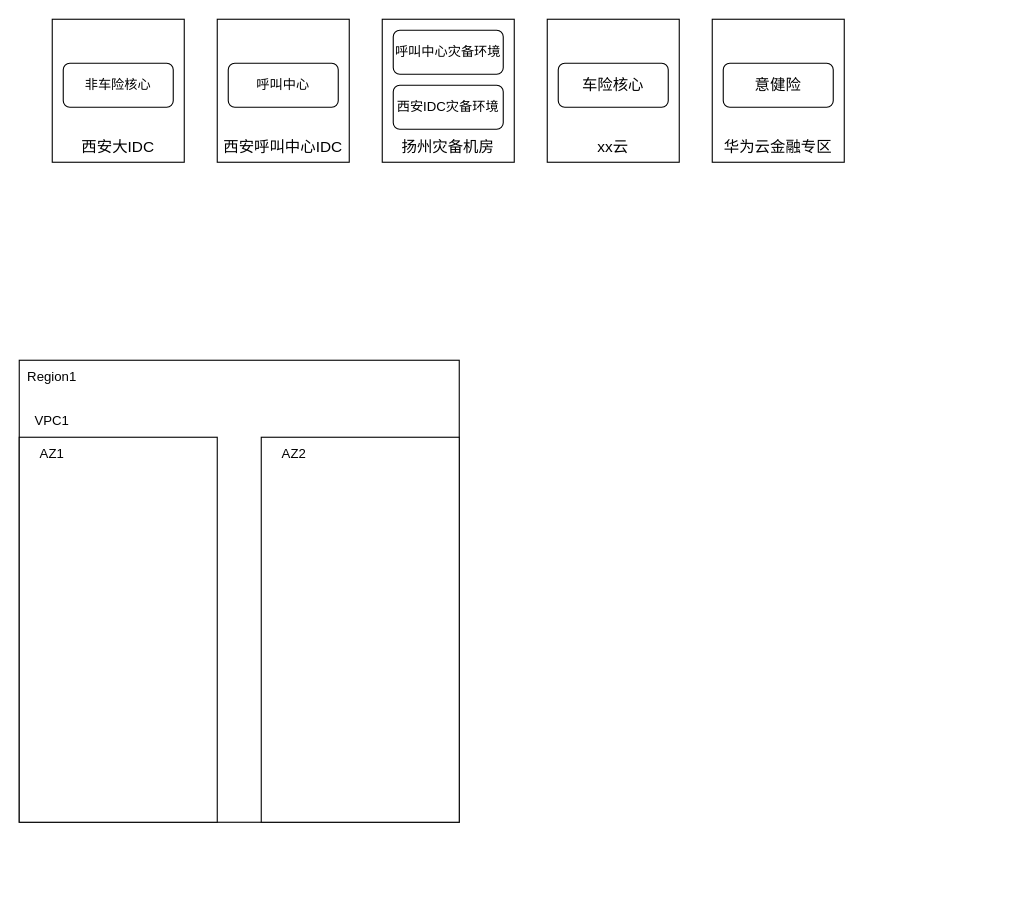
Before: 华为云上云架构设计研讨.drawio in wucaitian/wucaitian, a draw.io diagram. Source tidied: cells renumbered, new cells numbered last; positions are measured from the earlier drawing's top-left corner, leaving out a move shared by most shapes. Both pictures are drawn from the tidied source at 110%, with x=0, y=0 at pixel (19, 19).
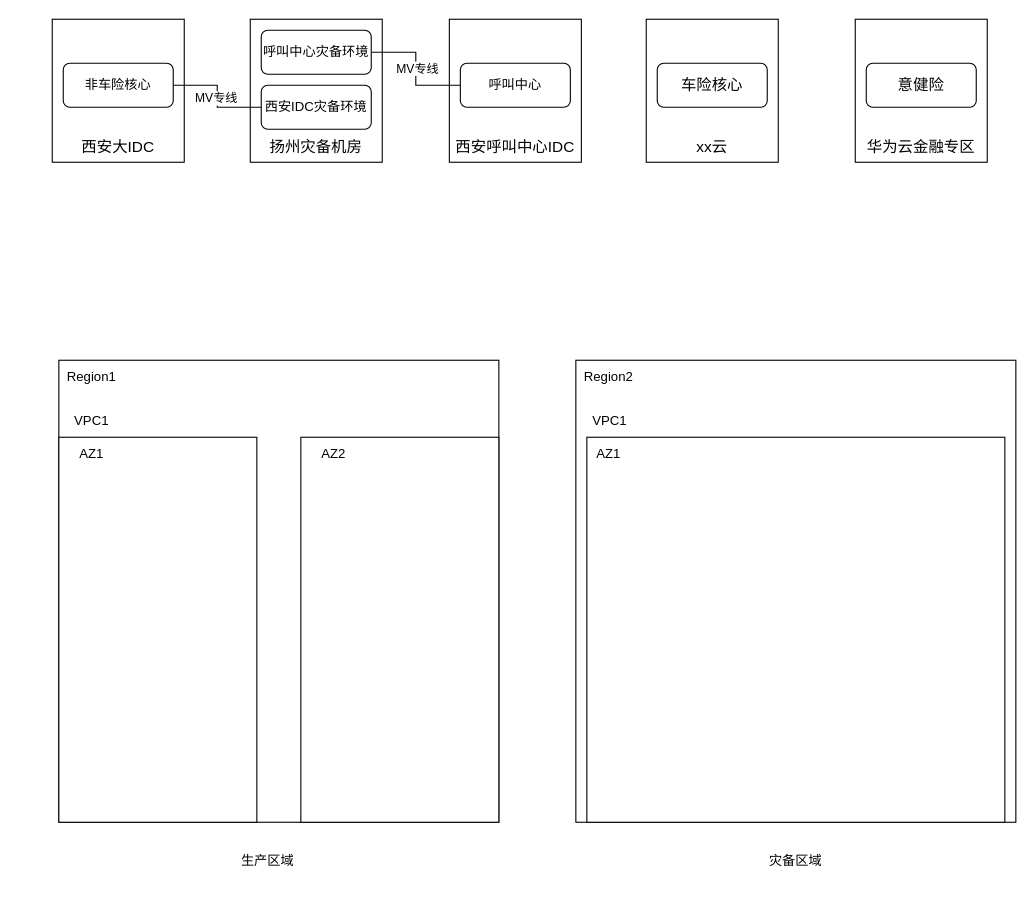
Above is the later version.

Commit message (it also covers changes not shown here):
更新华为云上云架构设计研讨.drawio

Unchanged cells that the change refers to:
```xml
<mxCell id="7" value="非车险核心" style="rounded=1;whiteSpace=wrap;html=1;" parent="1" vertex="1">
  <mxGeometry x="40" y="40" width="100" height="40" as="geometry" />
</mxCell>
```

Change to the diagram source:
```diff
@@
     <mxCell id="3" value="&lt;p style=&quot;margin: 0pt 0pt 0.0001pt; text-align: justify; font-family: Calibri; font-size: 10.5pt;&quot; class=&quot;MsoNormal&quot;&gt;&lt;br&gt;&lt;/p&gt;&lt;p style=&quot;margin: 0pt 0pt 0.0001pt; text-align: justify; font-family: Calibri; font-size: 10.5pt;&quot; class=&quot;MsoNormal&quot;&gt;&lt;br&gt;&lt;/p&gt;&lt;p style=&quot;margin: 0pt 0pt 0.0001pt; text-align: justify; font-family: Calibri; font-size: 10.5pt;&quot; class=&quot;MsoNormal&quot;&gt;&lt;br&gt;&lt;/p&gt;&lt;p style=&quot;margin: 0pt 0pt 0.0001pt; text-align: justify; font-family: Calibri; font-size: 10.5pt;&quot; class=&quot;MsoNormal&quot;&gt;&lt;br&gt;&lt;/p&gt;&lt;p style=&quot;margin: 0pt 0pt 0.0001pt; text-align: justify; font-family: Calibri; font-size: 10.5pt;&quot; class=&quot;MsoNormal&quot;&gt;&lt;br&gt;&lt;/p&gt;&lt;p style=&quot;margin: 0pt 0pt 0.0001pt; text-align: justify; font-family: Calibri; font-size: 10.5pt;&quot; class=&quot;MsoNormal&quot;&gt;&lt;br&gt;&lt;/p&gt;&lt;p style=&quot;margin: 0pt 0pt 0.0001pt; text-align: justify; font-family: Calibri; font-size: 10.5pt;&quot; class=&quot;MsoNormal&quot;&gt;&lt;font face=&quot;仿宋_GB2312&quot;&gt;扬州灾备机房&lt;/font&gt;&lt;/p&gt;" style="rounded=0;whiteSpace=wrap;html=1;" parent="1" vertex="1">
-      <mxGeometry x="330" width="120" height="130" as="geometry" />
+      <mxGeometry x="210" width="120" height="130" as="geometry" />
     </mxCell>
     <mxCell id="4" value="&lt;p style=&quot;margin: 0pt 0pt 0.0001pt; text-align: justify; font-family: Calibri; font-size: 10.5pt;&quot; class=&quot;MsoNormal&quot;&gt;&lt;br&gt;&lt;/p&gt;&lt;p style=&quot;margin: 0pt 0pt 0.0001pt; text-align: justify; font-family: Calibri; font-size: 10.5pt;&quot; class=&quot;MsoNormal&quot;&gt;&lt;font face=&quot;仿宋_GB2312&quot;&gt;&lt;br&gt;&lt;/font&gt;&lt;/p&gt;&lt;p style=&quot;margin: 0pt 0pt 0.0001pt; text-align: justify; font-family: Calibri; font-size: 10.5pt;&quot; class=&quot;MsoNormal&quot;&gt;&lt;font face=&quot;仿宋_GB2312&quot;&gt;&lt;br&gt;&lt;/font&gt;&lt;/p&gt;&lt;p style=&quot;margin: 0pt 0pt 0.0001pt; text-align: justify; font-family: Calibri; font-size: 10.5pt;&quot; class=&quot;MsoNormal&quot;&gt;&lt;font face=&quot;仿宋_GB2312&quot;&gt;&lt;br&gt;&lt;/font&gt;&lt;/p&gt;&lt;p style=&quot;margin: 0pt 0pt 0.0001pt; text-align: justify; font-family: Calibri; font-size: 10.5pt;&quot; class=&quot;MsoNormal&quot;&gt;&lt;font face=&quot;仿宋_GB2312&quot;&gt;&lt;br&gt;&lt;/font&gt;&lt;/p&gt;&lt;p style=&quot;margin: 0pt 0pt 0.0001pt; text-align: justify; font-family: Calibri; font-size: 10.5pt;&quot; class=&quot;MsoNormal&quot;&gt;&lt;font face=&quot;仿宋_GB2312&quot;&gt;&lt;br&gt;&lt;/font&gt;&lt;/p&gt;&lt;p style=&quot;margin: 0pt 0pt 0.0001pt; text-align: justify; font-family: Calibri; font-size: 10.5pt;&quot; class=&quot;MsoNormal&quot;&gt;&lt;font style=&quot;font-size: 10.5pt;&quot; face=&quot;仿宋_GB2312&quot;&gt;西安呼叫中心&lt;/font&gt;&lt;font style=&quot;font-size: 10.5pt;&quot; face=&quot;仿宋_GB2312&quot;&gt;IDC&lt;/font&gt;&lt;br&gt;&lt;/p&gt;" style="rounded=0;whiteSpace=wrap;html=1;" parent="1" vertex="1">
-      <mxGeometry x="180" width="120" height="130" as="geometry" />
+      <mxGeometry x="391" width="120" height="130" as="geometry" />
     </mxCell>
     <mxCell id="5" value="&lt;p style=&quot;margin: 0pt 0pt 0.0001pt; text-align: justify; font-family: Calibri; font-size: 10.5pt;&quot; class=&quot;MsoNormal&quot;&gt;&lt;span style=&quot;font-family: 仿宋_GB2312; font-size: 10.5pt;&quot;&gt;&lt;br&gt;&lt;/span&gt;&lt;/p&gt;&lt;p style=&quot;margin: 0pt 0pt 0.0001pt; text-align: justify; font-family: Calibri; font-size: 10.5pt;&quot; class=&quot;MsoNormal&quot;&gt;&lt;span style=&quot;font-family: 仿宋_GB2312; font-size: 10.5pt;&quot;&gt;&lt;br&gt;&lt;/span&gt;&lt;/p&gt;&lt;p style=&quot;margin: 0pt 0pt 0.0001pt; text-align: justify; font-family: Calibri; font-size: 10.5pt;&quot; class=&quot;MsoNormal&quot;&gt;&lt;span style=&quot;font-family: 仿宋_GB2312; font-size: 10.5pt;&quot;&gt;&lt;br&gt;&lt;/span&gt;&lt;/p&gt;&lt;p style=&quot;margin: 0pt 0pt 0.0001pt; text-align: justify; font-family: Calibri; font-size: 10.5pt;&quot; class=&quot;MsoNormal&quot;&gt;&lt;span style=&quot;font-family: 仿宋_GB2312; font-size: 10.5pt;&quot;&gt;&lt;br&gt;&lt;/span&gt;&lt;/p&gt;&lt;p style=&quot;margin: 0pt 0pt 0.0001pt; text-align: justify; font-family: Calibri; font-size: 10.5pt;&quot; class=&quot;MsoNormal&quot;&gt;&lt;span style=&quot;font-family: 仿宋_GB2312; font-size: 10.5pt;&quot;&gt;&lt;br&gt;&lt;/span&gt;&lt;/p&gt;&lt;p style=&quot;margin: 0pt 0pt 0.0001pt; text-align: justify; font-family: Calibri; font-size: 10.5pt;&quot; class=&quot;MsoNormal&quot;&gt;&lt;span style=&quot;font-family: 仿宋_GB2312; font-size: 10.5pt;&quot;&gt;&lt;br&gt;&lt;/span&gt;&lt;/p&gt;&lt;p style=&quot;margin: 0pt 0pt 0.0001pt; text-align: justify; font-family: Calibri; font-size: 10.5pt;&quot; class=&quot;MsoNormal&quot;&gt;&lt;span style=&quot;font-family: 仿宋_GB2312; font-size: 10.5pt;&quot;&gt;xx云&lt;/span&gt;&lt;br&gt;&lt;/p&gt;" style="rounded=0;whiteSpace=wrap;html=1;" parent="1" vertex="1">
-      <mxGeometry x="480" width="120" height="130" as="geometry" />
+      <mxGeometry x="570" width="120" height="130" as="geometry" />
     </mxCell>
     <mxCell id="6" value="&lt;p style=&quot;margin: 0pt 0pt 0.0001pt; text-align: justify; font-family: Calibri; font-size: 10.5pt;&quot; class=&quot;MsoNormal&quot;&gt;&lt;br&gt;&lt;/p&gt;&lt;p style=&quot;margin: 0pt 0pt 0.0001pt; text-align: justify; font-family: Calibri; font-size: 10.5pt;&quot; class=&quot;MsoNormal&quot;&gt;&lt;br&gt;&lt;/p&gt;&lt;p style=&quot;margin: 0pt 0pt 0.0001pt; text-align: justify; font-family: Calibri; font-size: 10.5pt;&quot; class=&quot;MsoNormal&quot;&gt;&lt;br&gt;&lt;/p&gt;&lt;p style=&quot;margin: 0pt 0pt 0.0001pt; text-align: justify; font-family: Calibri; font-size: 10.5pt;&quot; class=&quot;MsoNormal&quot;&gt;&lt;br&gt;&lt;/p&gt;&lt;p style=&quot;margin: 0pt 0pt 0.0001pt; text-align: justify; font-family: Calibri; font-size: 10.5pt;&quot; class=&quot;MsoNormal&quot;&gt;&lt;br&gt;&lt;/p&gt;&lt;p style=&quot;margin: 0pt 0pt 0.0001pt; text-align: justify; font-family: Calibri; font-size: 10.5pt;&quot; class=&quot;MsoNormal&quot;&gt;&lt;br&gt;&lt;/p&gt;&lt;p style=&quot;margin: 0pt 0pt 0.0001pt; text-align: justify; font-family: Calibri; font-size: 10.5pt;&quot; class=&quot;MsoNormal&quot;&gt;&lt;font face=&quot;仿宋_GB2312&quot;&gt;华为云金融专区&lt;/font&gt;&lt;/p&gt;" style="rounded=0;whiteSpace=wrap;html=1;" parent="1" vertex="1">
-      <mxGeometry x="630" width="120" height="130" as="geometry" />
+      <mxGeometry x="760" width="120" height="130" as="geometry" />
     </mxCell>
+    <mxCell id="20" style="edgeStyle=orthogonalEdgeStyle;rounded=0;jettySize=auto;html=1;entryX=0;entryY=0.5;entryDx=0;entryDy=0;endArrow=none;endFill=0;" parent="1" edge="1" source="7" target="10">
+      <mxGeometry relative="1" as="geometry" />
+    </mxCell>
+    <mxCell id="21" value="MV专线" style="edgeLabel;html=1;align=center;verticalAlign=middle;" parent="20" vertex="1">
+      <mxGeometry x="0.01" y="-2" relative="1" as="geometry" />
+    </mxCell>
@@
+    <mxCell id="22" style="edgeStyle=orthogonalEdgeStyle;rounded=0;jettySize=auto;html=1;endArrow=none;endFill=0;" parent="1" edge="1" source="8" target="9">
+      <mxGeometry relative="1" as="geometry" />
+    </mxCell>
+    <mxCell id="23" value="MV专线" style="edgeLabel;html=1;align=center;verticalAlign=middle;" parent="22" vertex="1">
+      <mxGeometry x="0.01" y="-1" relative="1" as="geometry" />
+    </mxCell>
     <mxCell id="8" value="呼叫中心" style="rounded=1;whiteSpace=wrap;html=1;" parent="1" vertex="1">
-      <mxGeometry x="190" y="40" width="100" height="40" as="geometry" />
+      <mxGeometry x="401" y="40" width="100" height="40" as="geometry" />
     </mxCell>
     <mxCell id="9" value="呼叫中心灾备环境" style="rounded=1;whiteSpace=wrap;html=1;" parent="1" vertex="1">
-      <mxGeometry x="340" y="10" width="100" height="40" as="geometry" />
+      <mxGeometry x="220" y="10" width="100" height="40" as="geometry" />
     </mxCell>
     <mxCell id="10" value="西安IDC灾备环境" style="rounded=1;whiteSpace=wrap;html=1;" parent="1" vertex="1">
-      <mxGeometry x="340" y="60" width="100" height="40" as="geometry" />
+      <mxGeometry x="220" y="60" width="100" height="40" as="geometry" />
     </mxCell>
     <mxCell id="11" value="&lt;p style=&quot;border-color: var(--border-color); margin: 0pt 0pt 0.0001pt; text-align: justify; font-family: Calibri; font-size: 10.5pt;&quot; class=&quot;MsoNormal&quot;&gt;&lt;font style=&quot;border-color: var(--border-color);&quot; face=&quot;仿宋_GB2312&quot;&gt;车险核心&lt;/font&gt;&lt;/p&gt;" style="rounded=1;whiteSpace=wrap;html=1;" parent="1" vertex="1">
-      <mxGeometry x="490" y="40" width="100" height="40" as="geometry" />
+      <mxGeometry x="580" y="40" width="100" height="40" as="geometry" />
     </mxCell>
     <mxCell id="12" value="&lt;p style=&quot;border-color: var(--border-color); margin: 0pt 0pt 0.0001pt; text-align: justify; font-family: Calibri; font-size: 10.5pt;&quot; class=&quot;MsoNormal&quot;&gt;意健险&lt;br&gt;&lt;/p&gt;" style="rounded=1;whiteSpace=wrap;html=1;" parent="1" vertex="1">
-      <mxGeometry x="640" y="40" width="100" height="40" as="geometry" />
+      <mxGeometry x="770" y="40" width="100" height="40" as="geometry" />
     </mxCell>
     <mxCell id="13" value="&lt;p style=&quot;margin: 0pt 0pt 0.0001pt; text-align: justify; font-family: Calibri; font-size: 10.5pt;&quot; class=&quot;MsoNormal&quot;&gt;&lt;br&gt;&lt;/p&gt;" style="rounded=0;whiteSpace=wrap;html=1;" parent="1" vertex="1">
-      <mxGeometry y="310" width="400" height="420" as="geometry" />
+      <mxGeometry x="36" y="310" width="400" height="420" as="geometry" />
     </mxCell>
     <mxCell id="14" value="Region1" style="text;html=1;strokeColor=none;fillColor=none;align=center;verticalAlign=middle;whiteSpace=wrap;rounded=0;" parent="1" vertex="1">
-      <mxGeometry y="310" width="60" height="30" as="geometry" />
+      <mxGeometry x="36" y="310" width="60" height="30" as="geometry" />
     </mxCell>
     <mxCell id="15" style="rounded=0;whiteSpace=wrap;html=1;" parent="1" vertex="1">
-      <mxGeometry y="380" width="180" height="350" as="geometry" />
+      <mxGeometry x="36" y="380" width="180" height="350" as="geometry" />
     </mxCell>
     <mxCell id="16" value="VPC1" style="text;html=1;strokeColor=none;fillColor=none;align=center;verticalAlign=middle;whiteSpace=wrap;rounded=0;" parent="1" vertex="1">
-      <mxGeometry y="350" width="60" height="30" as="geometry" />
+      <mxGeometry x="36" y="350" width="60" height="30" as="geometry" />
     </mxCell>
     <mxCell id="17" style="rounded=0;whiteSpace=wrap;html=1;" parent="1" vertex="1">
-      <mxGeometry x="220" y="380" width="180" height="350" as="geometry" />
+      <mxGeometry x="256" y="380" width="180" height="350" as="geometry" />
     </mxCell>
     <mxCell id="18" value="AZ1" style="text;html=1;strokeColor=none;fillColor=none;align=center;verticalAlign=middle;whiteSpace=wrap;rounded=0;" parent="1" vertex="1">
-      <mxGeometry y="380" width="60" height="30" as="geometry" />
+      <mxGeometry x="36" y="380" width="60" height="30" as="geometry" />
     </mxCell>
     <mxCell id="19" value="AZ2" style="text;html=1;strokeColor=none;fillColor=none;align=center;verticalAlign=middle;whiteSpace=wrap;rounded=0;" parent="1" vertex="1">
-      <mxGeometry x="220" y="380" width="60" height="30" as="geometry" />
+      <mxGeometry x="256" y="380" width="60" height="30" as="geometry" />
     </mxCell>
+    <mxCell id="24" value="生产区域" style="text;html=1;strokeColor=none;fillColor=none;align=center;verticalAlign=middle;whiteSpace=wrap;rounded=0;" parent="1" vertex="1">
+      <mxGeometry x="196" y="750" width="60" height="30" as="geometry" />
+    </mxCell>
+    <mxCell id="25" value="&lt;p style=&quot;margin: 0pt 0pt 0.0001pt; text-align: justify; font-family: Calibri; font-size: 10.5pt;&quot; class=&quot;MsoNormal&quot;&gt;&lt;br&gt;&lt;/p&gt;" style="rounded=0;whiteSpace=wrap;html=1;" parent="1" vertex="1">
+      <mxGeometry x="506" y="310" width="400" height="420" as="geometry" />
+    </mxCell>
+    <mxCell id="26" value="Region2" style="text;html=1;strokeColor=none;fillColor=none;align=center;verticalAlign=middle;whiteSpace=wrap;rounded=0;" parent="1" vertex="1">
+      <mxGeometry x="506" y="310" width="60" height="30" as="geometry" />
+    </mxCell>
+    <mxCell id="27" style="rounded=0;whiteSpace=wrap;html=1;" parent="1" vertex="1">
+      <mxGeometry x="516" y="380" width="380" height="350" as="geometry" />
+    </mxCell>
+    <mxCell id="28" value="VPC1" style="text;html=1;strokeColor=none;fillColor=none;align=center;verticalAlign=middle;whiteSpace=wrap;rounded=0;" parent="1" vertex="1">
+      <mxGeometry x="507" y="350" width="60" height="30" as="geometry" />
+    </mxCell>
+    <mxCell id="29" value="AZ1" style="text;html=1;strokeColor=none;fillColor=none;align=center;verticalAlign=middle;whiteSpace=wrap;rounded=0;" parent="1" vertex="1">
+      <mxGeometry x="506" y="380" width="60" height="30" as="geometry" />
+    </mxCell>
+    <mxCell id="30" value="灾备区域" style="text;html=1;strokeColor=none;fillColor=none;align=center;verticalAlign=middle;whiteSpace=wrap;rounded=0;" parent="1" vertex="1">
+      <mxGeometry x="676" y="750" width="60" height="30" as="geometry" />
+    </mxCell>
```
